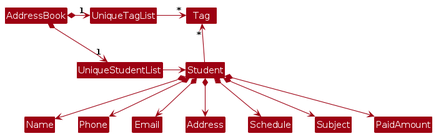
The PlantUML diagram diagrams/BetterModelClassDiagram.png in AY2425S1-CS2103T-F14a-1/tp, before a commit. Its source is kept beside it as diagrams/BetterModelClassDiagram.puml.
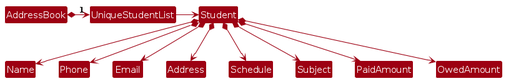
Later version of the same file.

What changed in the source:
```diff
@@ -5,14 +5,8 @@
 skinparam classBackgroundColor MODEL_COLOR
 
 AddressBook *-right-> "1" UniqueStudentList
-AddressBook *-right-> "1" UniqueTagList
-UniqueTagList -[hidden]down- UniqueStudentList
-UniqueTagList -[hidden]down- UniqueStudentList
 
-UniqueTagList -right-> "*" Tag
 UniqueStudentList -right-> Student
-
-Student -up-> "*" Tag
 
 Student *--> Name
 Student *--> Phone
@@ -21,4 +15,5 @@
 Student *--> Schedule
 Student *--> Subject
 Student *--> PaidAmount
+Student *--> OwedAmount
 @enduml
```
